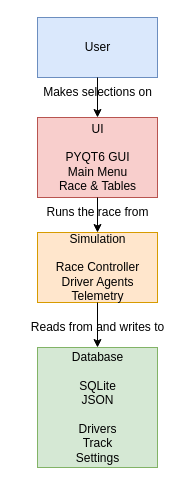
Earlier version of the draw.io diagram assets/Architecture.drawio (EoinFitzsimons/Final-Project). Source tidied: cells renumbered, new cells numbered last; positions are measured from the earlier drawing's top-left corner, leaving out a move shared by most shapes. Both pictures are drawn from the tidied source at 100%, with x=0, y=0 at pixel (22, 17).
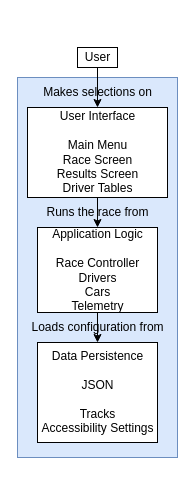
The same diagram, later.

Commit message (it also covers changes not shown here):
Design Diagrams and better explanations

Change to the diagram source:
```diff
@@
 <mxGraphModel>
   <root>
     <mxCell id="0" />
     <mxCell id="1" parent="0" />
+    <mxCell id="12" style="rounded=0;whiteSpace=wrap;html=1;fillColor=#dae8fc;strokeColor=#6c8ebf;" parent="1" vertex="1">
+      <mxGeometry x="-5" y="60" width="160" height="380" as="geometry" />
+    </mxCell>
-    <mxCell id="2" value="User" style="rounded=0;fillColor=#dae8fc;strokeColor=#6c8ebf;html=1;align=center;labelPosition=center;verticalLabelPosition=middle;verticalAlign=middle;" parent="1" vertex="1">
-      <mxGeometry x="15" width="120" height="60" as="geometry" />
+    <mxCell id="2" value="User" style="rounded=0;html=1;align=center;labelPosition=center;verticalLabelPosition=middle;verticalAlign=middle;" parent="1" vertex="1">
+      <mxGeometry x="55" y="30" width="40" height="20" as="geometry" />
     </mxCell>
-    <mxCell id="3" value="UI&lt;br&gt;&lt;br&gt;PYQT6 GUI&lt;br&gt;Main Menu&lt;br&gt;Race &amp;amp; Tables" style="rounded=0;fillColor=#f8cecc;strokeColor=#b85450;html=1;align=center;labelPosition=center;verticalLabelPosition=middle;verticalAlign=middle;" parent="1" vertex="1">
-      <mxGeometry x="15" y="100" width="120" height="80" as="geometry" />
+    <mxCell id="3" value="&lt;span style=&quot;background-color: transparent; color: light-dark(rgb(0, 0, 0), rgb(255, 255, 255));&quot;&gt;User Interface&lt;/span&gt;&lt;br&gt;&lt;br&gt;&lt;div&gt;&lt;span style=&quot;background-color: transparent; color: light-dark(rgb(0, 0, 0), rgb(255, 255, 255));&quot;&gt;Main Menu&lt;/span&gt;&lt;br&gt;&lt;span style=&quot;background-color: transparent; color: light-dark(rgb(0, 0, 0), rgb(255, 255, 255));&quot;&gt;Race Screen&lt;/span&gt;&lt;br&gt;&lt;span style=&quot;background-color: transparent; color: light-dark(rgb(0, 0, 0), rgb(255, 255, 255));&quot;&gt;Results Screen&lt;/span&gt;&lt;br&gt;&lt;span style=&quot;background-color: transparent; color: light-dark(rgb(0, 0, 0), rgb(255, 255, 255));&quot;&gt;Driver Tables&lt;/span&gt;&lt;br&gt;&lt;/div&gt;" style="rounded=0;html=1;align=center;labelPosition=center;verticalLabelPosition=middle;verticalAlign=middle;" parent="1" vertex="1">
+      <mxGeometry x="5" y="90" width="140" height="90" as="geometry" />
     </mxCell>
-    <mxCell id="4" value="Simulation&lt;div&gt;&lt;br&gt;Race Controller&lt;br&gt;Driver Agents&lt;br&gt;Telemetry&lt;/div&gt;" style="rounded=0;fillColor=#ffe6cc;strokeColor=#d79b00;html=1;align=center;labelPosition=center;verticalLabelPosition=middle;verticalAlign=middle;" parent="1" vertex="1">
-      <mxGeometry x="15" y="215" width="120" height="70" as="geometry" />
+    <mxCell id="4" value="Application Logic&lt;div&gt;&lt;br&gt;Race Controller&lt;br&gt;Drivers&lt;/div&gt;&lt;div&gt;Cars&lt;br&gt;Telemetry&lt;/div&gt;" style="rounded=0;html=1;align=center;labelPosition=center;verticalLabelPosition=middle;verticalAlign=middle;" parent="1" vertex="1">
+      <mxGeometry x="15" y="210" width="120" height="85" as="geometry" />
     </mxCell>
-    <mxCell id="5" value="Database&lt;br&gt;&lt;br&gt;SQLite&lt;br&gt;JSON&lt;br&gt;&lt;br&gt;Drivers&lt;br&gt;Track&lt;br&gt;Settings" style="rounded=0;fillColor=#d5e8d4;strokeColor=#82b366;html=1;align=center;labelPosition=center;verticalLabelPosition=middle;verticalAlign=middle;" parent="1" vertex="1">
-      <mxGeometry x="15" y="330" width="120" height="120" as="geometry" />
+    <mxCell id="5" value="Data Pers&lt;span style=&quot;background-color: transparent; color: light-dark(rgb(0, 0, 0), rgb(255, 255, 255));&quot;&gt;istence&lt;/span&gt;&lt;div&gt;&lt;br&gt;JSON&lt;br&gt;&lt;br&gt;Tracks&lt;br&gt;Accessibility Settings&lt;/div&gt;" style="rounded=0;html=1;align=center;labelPosition=center;verticalLabelPosition=middle;verticalAlign=middle;" parent="1" vertex="1">
+      <mxGeometry x="15" y="325" width="120" height="100" as="geometry" />
     </mxCell>
     <mxCell id="6" style="endArrow=classic;html=1;rounded=0;" parent="1" edge="1" source="2" target="3">
       <mxGeometry relative="1" as="geometry" />
     </mxCell>
     <mxCell id="7" style="endArrow=classic;html=1;rounded=0;" parent="1" edge="1" source="3" target="4">
       <mxGeometry relative="1" as="geometry" />
     </mxCell>
     <mxCell id="8" style="endArrow=classic;html=1;rounded=0;" parent="1" edge="1" source="4" target="5">
       <mxGeometry relative="1" as="geometry" />
     </mxCell>
-    <mxCell id="9" value="Reads from and writes to" style="text;strokeColor=none;fillColor=none;align=center;verticalAlign=middle;rounded=0;html=1;labelPosition=center;verticalLabelPosition=middle;" parent="1" vertex="1">
-      <mxGeometry y="294.5" width="150" height="30" as="geometry" />
+    <mxCell id="9" value="Loads configuration from" style="text;strokeColor=none;fillColor=none;align=center;verticalAlign=middle;rounded=0;html=1;labelPosition=center;verticalLabelPosition=middle;" parent="1" vertex="1">
+      <mxGeometry y="295" width="150" height="30" as="geometry" />
     </mxCell>
     <mxCell id="10" value="Runs the race from" style="text;strokeColor=none;fillColor=none;align=center;verticalAlign=middle;rounded=0;html=1;labelPosition=center;verticalLabelPosition=middle;" parent="1" vertex="1">
       <mxGeometry y="180" width="150" height="30" as="geometry" />
     </mxCell>
     <mxCell id="11" value="Makes selections on" style="text;strokeColor=none;fillColor=none;align=center;verticalAlign=middle;rounded=0;html=1;labelPosition=center;verticalLabelPosition=middle;" parent="1" vertex="1">
       <mxGeometry y="60" width="150" height="30" as="geometry" />
     </mxCell>
   </root>
 </mxGraphModel>
```
